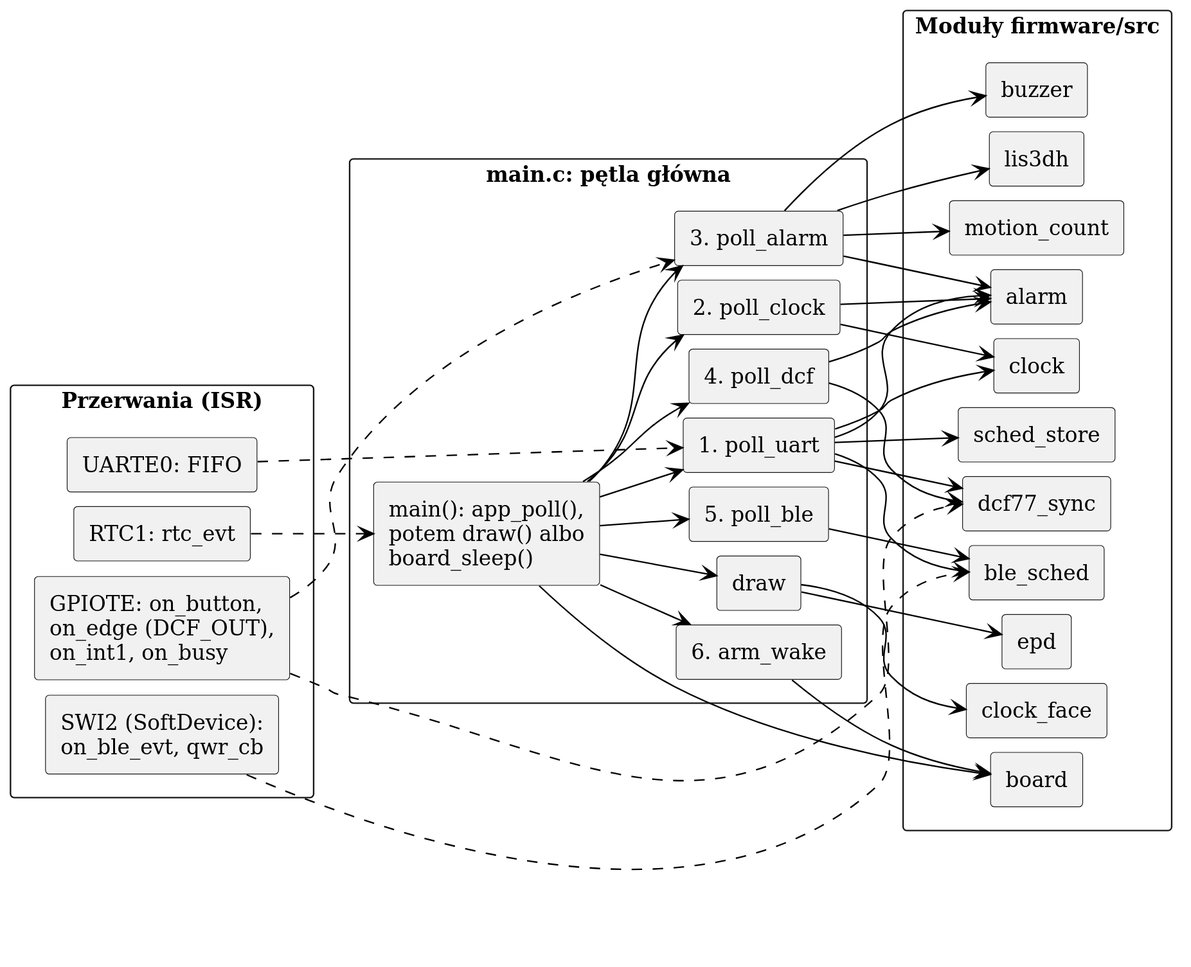
The PlantUML diagram firmware/docs/diagrams/l2-modules-a.svg in mikolajwojcicki/clock-project, before a commit. Source of this version:
```plantuml
@startuml
left to right direction
skinparam monochrome true
skinparam shadowing false
skinparam backgroundColor white
skinparam defaultFontName DejaVu Serif
skinparam dpi 160
skinparam ArrowColor black
skinparam componentStyle rectangle
skinparam packageStyle rectangle
skinparam nodesep 10
skinparam ranksep 50

package "Przerwania (ISR)" as Isr {
  component "RTC1: rtc_evt" as irq_rtc
  component "GPIOTE: on_button,\non_edge (DCF_OUT),\non_int1, on_busy" as irq_gpiote
  component "SWI2 (SoftDevice):\non_ble_evt, qwr_cb" as irq_sd
  component "UARTE0: FIFO" as irq_uart
}

package "main.c: pętla główna" as Main {
  component "main(): app_poll(),\npotem draw() albo\nboard_sleep()" as main
  component "1. poll_uart" as p_uart
  component "2. poll_clock" as p_clock
  component "3. poll_alarm" as p_alarm
  component "4. poll_dcf" as p_dcf
  component "5. poll_ble" as p_ble
  component "6. arm_wake" as p_wake
  component "draw" as p_draw
}

package "Moduły firmware/src" as Mods {
  component "board" as m_board
  component "clock" as m_clock
  component "alarm" as m_alarm
  component "motion_count" as m_motion
  component "lis3dh" as m_lis
  component "buzzer" as m_buzz
  component "dcf77_sync" as m_dcf
  component "ble_sched" as m_ble
  component "sched_store" as m_store
  component "epd" as m_epd
  component "clock_face" as m_face
}

irq_rtc ..> main
irq_gpiote ..> p_alarm
irq_gpiote ..> m_dcf
irq_sd ..> m_ble
irq_uart ..> p_uart

main --> p_uart
main --> p_clock
main --> p_alarm
main --> p_dcf
main --> p_ble
main --> p_wake
main --> p_draw
main --> m_board

p_uart --> m_clock
p_uart --> m_alarm
p_uart --> m_store
p_uart --> m_dcf
p_uart --> m_ble
p_clock --> m_clock
p_clock --> m_alarm
p_alarm --> m_alarm
p_alarm --> m_motion
p_alarm --> m_lis
p_alarm --> m_buzz
p_dcf --> m_dcf
p_dcf --> m_alarm
p_ble --> m_ble
p_wake --> m_board
p_draw --> m_epd
p_draw --> m_face
@enduml
```
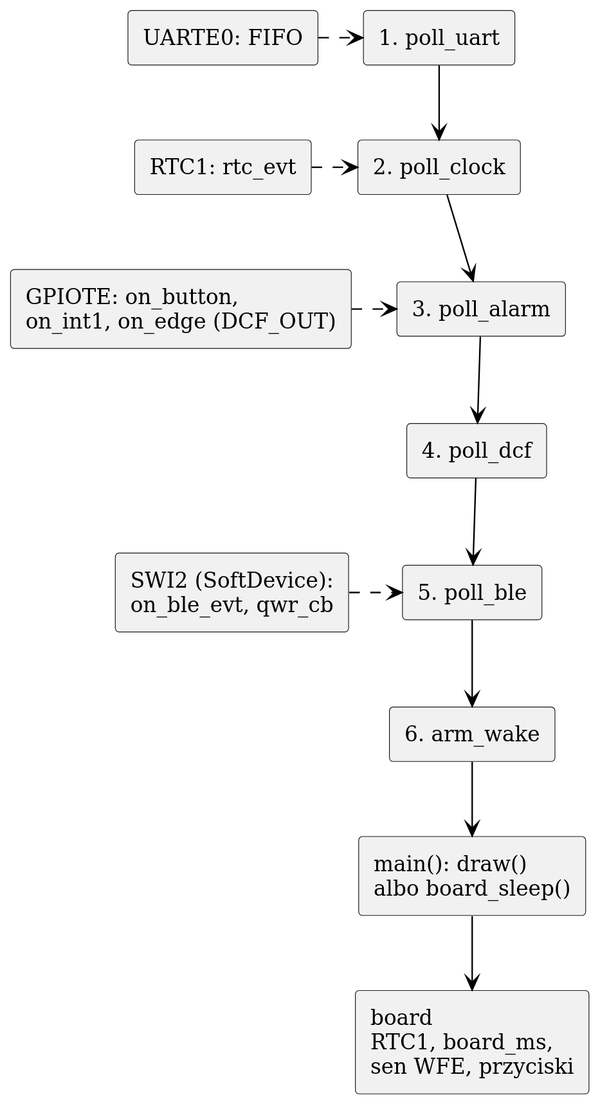
The same diagram one commit later.

Diff of the diagram source:
```diff
@@ -1,5 +1,5 @@
 @startuml
-left to right direction
+top to bottom direction
 skinparam monochrome true
 skinparam shadowing false
 skinparam backgroundColor white
@@ -8,71 +8,37 @@
 skinparam ArrowColor black
 skinparam componentStyle rectangle
 skinparam packageStyle rectangle
-skinparam nodesep 10
+skinparam nodesep 30
 skinparam ranksep 50
 
-package "Przerwania (ISR)" as Isr {
-  component "RTC1: rtc_evt" as irq_rtc
-  component "GPIOTE: on_button,\non_edge (DCF_OUT),\non_int1, on_busy" as irq_gpiote
-  component "SWI2 (SoftDevice):\non_ble_evt, qwr_cb" as irq_sd
-  component "UARTE0: FIFO" as irq_uart
-}
+component "UARTE0: FIFO" as irq_uart
+component "RTC1: rtc_evt" as irq_rtc
+component "GPIOTE: on_button,\non_int1, on_edge (DCF_OUT)" as irq_gpiote
+component "SWI2 (SoftDevice):\non_ble_evt, qwr_cb" as irq_sd
 
-package "main.c: pętla główna" as Main {
-  component "main(): app_poll(),\npotem draw() albo\nboard_sleep()" as main
-  component "1. poll_uart" as p_uart
-  component "2. poll_clock" as p_clock
-  component "3. poll_alarm" as p_alarm
-  component "4. poll_dcf" as p_dcf
-  component "5. poll_ble" as p_ble
-  component "6. arm_wake" as p_wake
-  component "draw" as p_draw
-}
+component "1. poll_uart" as p_uart
+component "2. poll_clock" as p_clock
+component "3. poll_alarm" as p_alarm
+component "4. poll_dcf" as p_dcf
+component "5. poll_ble" as p_ble
+component "6. arm_wake" as p_wake
+component "main(): draw()\nalbo board_sleep()" as main
+component "board\nRTC1, board_ms,\nsen WFE, przyciski" as m_board
 
-package "Moduły firmware/src" as Mods {
-  component "board" as m_board
-  component "clock" as m_clock
-  component "alarm" as m_alarm
-  component "motion_count" as m_motion
-  component "lis3dh" as m_lis
-  component "buzzer" as m_buzz
-  component "dcf77_sync" as m_dcf
-  component "ble_sched" as m_ble
-  component "sched_store" as m_store
-  component "epd" as m_epd
-  component "clock_face" as m_face
-}
+p_uart -down-> p_clock
+p_clock -down-> p_alarm
+p_alarm -down-> p_dcf
+p_dcf -down-> p_ble
+p_ble -down-> p_wake
+p_wake -down-> main
+main -down-> m_board
 
-irq_rtc ..> main
-irq_gpiote ..> p_alarm
-irq_gpiote ..> m_dcf
-irq_sd ..> m_ble
-irq_uart ..> p_uart
+irq_uart -[hidden]down-> irq_rtc
+irq_rtc -[hidden]down-> irq_gpiote
+irq_gpiote -[hidden]down-> irq_sd
 
-main --> p_uart
-main --> p_clock
-main --> p_alarm
-main --> p_dcf
-main --> p_ble
-main --> p_wake
-main --> p_draw
-main --> m_board
-
-p_uart --> m_clock
-p_uart --> m_alarm
-p_uart --> m_store
-p_uart --> m_dcf
-p_uart --> m_ble
-p_clock --> m_clock
-p_clock --> m_alarm
-p_alarm --> m_alarm
-p_alarm --> m_motion
-p_alarm --> m_lis
-p_alarm --> m_buzz
-p_dcf --> m_dcf
-p_dcf --> m_alarm
-p_ble --> m_ble
-p_wake --> m_board
-p_draw --> m_epd
-p_draw --> m_face
+irq_uart .right.> p_uart
+irq_rtc .right.> p_clock
+irq_gpiote .right.> p_alarm
+irq_sd .right.> p_ble
 @enduml
```
